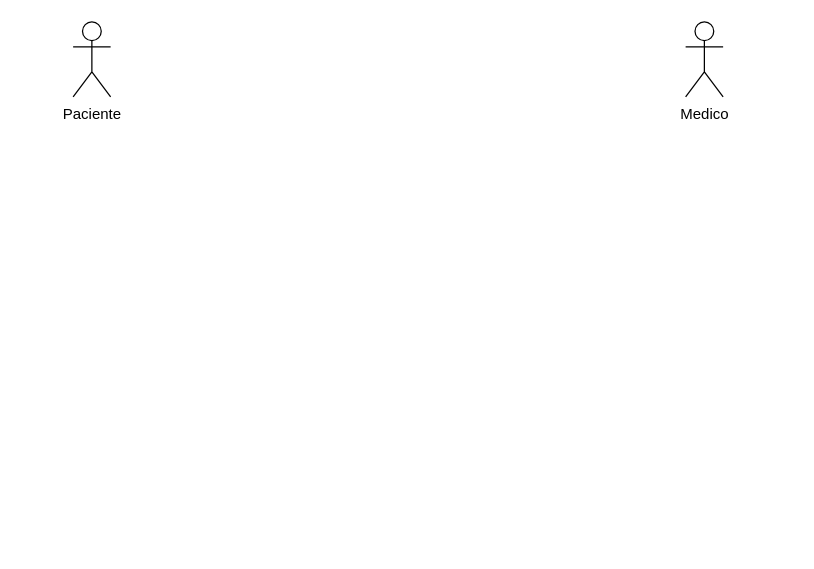
Earlier version of the draw.io diagram DiagramaAgendamedica.drawio (gaobnose/AgendaMedica). Source tidied: cells renumbered, new cells numbered last; positions are measured from the earlier drawing's top-left corner, leaving out a move shared by most shapes. Both pictures are drawn from the tidied source at 125%, with x=0, y=0 at pixel (72, 21).
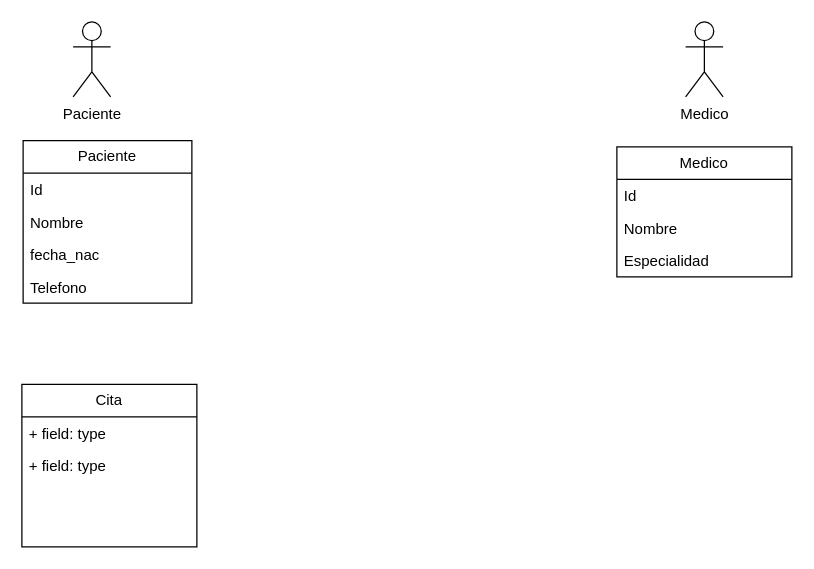
The same diagram, later.

The edit, as a diff of the source:
```diff
@@
 <mxGraphModel>
   <root>
     <mxCell id="0" />
     <mxCell id="1" parent="0" />
     <mxCell id="2" value="Medico" style="shape=umlActor;verticalLabelPosition=bottom;verticalAlign=top;html=1;" parent="1" vertex="1">
       <mxGeometry x="490" width="30" height="60" as="geometry" />
     </mxCell>
     <mxCell id="3" value="Paciente" style="shape=umlActor;verticalLabelPosition=bottom;verticalAlign=top;html=1;" parent="1" vertex="1">
       <mxGeometry width="30" height="60" as="geometry" />
     </mxCell>
+    <mxCell id="4" value="Paciente" style="swimlane;fontStyle=0;horizontal=1;startSize=26;fillColor=none;whiteSpace=wrap;html=1;" parent="1" vertex="1">
+      <mxGeometry x="-40" y="95" width="135" height="130" as="geometry" />
+    </mxCell>
+    <mxCell id="5" value="Id" style="text;strokeColor=none;fillColor=none;align=left;verticalAlign=top;spacingLeft=4;spacingRight=4;overflow=hidden;whiteSpace=wrap;html=1;" parent="4" vertex="1">
+      <mxGeometry y="26" width="135" height="26" as="geometry" />
+    </mxCell>
+    <mxCell id="6" value="Nombre" style="text;strokeColor=none;fillColor=none;align=left;verticalAlign=top;spacingLeft=4;spacingRight=4;overflow=hidden;whiteSpace=wrap;html=1;" parent="4" vertex="1">
+      <mxGeometry y="52" width="135" height="26" as="geometry" />
+    </mxCell>
+    <mxCell id="7" value="fecha_nac" style="text;strokeColor=none;fillColor=none;align=left;verticalAlign=top;spacingLeft=4;spacingRight=4;overflow=hidden;whiteSpace=wrap;html=1;" parent="4" vertex="1">
+      <mxGeometry y="78" width="135" height="26" as="geometry" />
+    </mxCell>
+    <mxCell id="8" value="Telefono" style="text;strokeColor=none;fillColor=none;align=left;verticalAlign=top;spacingLeft=4;spacingRight=4;overflow=hidden;whiteSpace=wrap;html=1;" parent="4" vertex="1">
+      <mxGeometry y="104" width="135" height="26" as="geometry" />
+    </mxCell>
+    <mxCell id="9" value="Medico" style="swimlane;fontStyle=0;horizontal=1;startSize=26;fillColor=none;whiteSpace=wrap;html=1;" parent="1" vertex="1">
+      <mxGeometry x="435" y="100" width="140" height="104" as="geometry" />
+    </mxCell>
+    <mxCell id="10" value="Id" style="text;strokeColor=none;fillColor=none;align=left;verticalAlign=top;spacingLeft=4;spacingRight=4;overflow=hidden;whiteSpace=wrap;html=1;" parent="9" vertex="1">
+      <mxGeometry y="26" width="140" height="26" as="geometry" />
+    </mxCell>
+    <mxCell id="11" value="Nombre" style="text;strokeColor=none;fillColor=none;align=left;verticalAlign=top;spacingLeft=4;spacingRight=4;overflow=hidden;whiteSpace=wrap;html=1;" parent="9" vertex="1">
+      <mxGeometry y="52" width="140" height="26" as="geometry" />
+    </mxCell>
+    <mxCell id="12" value="Especialidad" style="text;strokeColor=none;fillColor=none;align=left;verticalAlign=top;spacingLeft=4;spacingRight=4;overflow=hidden;whiteSpace=wrap;html=1;" parent="9" vertex="1">
+      <mxGeometry y="78" width="140" height="26" as="geometry" />
+    </mxCell>
+    <mxCell id="13" value="Cita" style="swimlane;fontStyle=0;horizontal=1;startSize=26;fillColor=none;whiteSpace=wrap;html=1;" parent="1" vertex="1">
+      <mxGeometry x="-41" y="290" width="140" height="130" as="geometry" />
+    </mxCell>
+    <mxCell id="14" value="+ field: type" style="text;strokeColor=none;fillColor=none;align=left;verticalAlign=top;spacingLeft=4;spacingRight=4;overflow=hidden;whiteSpace=wrap;html=1;" parent="13" vertex="1">
+      <mxGeometry y="26" width="140" height="26" as="geometry" />
+    </mxCell>
+    <mxCell id="15" value="+ field: type" style="text;strokeColor=none;fillColor=none;align=left;verticalAlign=top;spacingLeft=4;spacingRight=4;overflow=hidden;whiteSpace=wrap;html=1;" parent="13" vertex="1">
+      <mxGeometry y="52" width="140" height="26" as="geometry" />
+    </mxCell>
+    <mxCell id="16" style="text;strokeColor=none;fillColor=none;align=left;verticalAlign=top;spacingLeft=4;spacingRight=4;overflow=hidden;whiteSpace=wrap;html=1;" parent="13" vertex="1">
+      <mxGeometry y="78" width="140" height="26" as="geometry" />
+    </mxCell>
+    <mxCell id="17" style="text;strokeColor=none;fillColor=none;align=left;verticalAlign=top;spacingLeft=4;spacingRight=4;overflow=hidden;whiteSpace=wrap;html=1;" parent="13" vertex="1">
+      <mxGeometry y="104" width="140" height="26" as="geometry" />
+    </mxCell>
   </root>
 </mxGraphModel>
```
